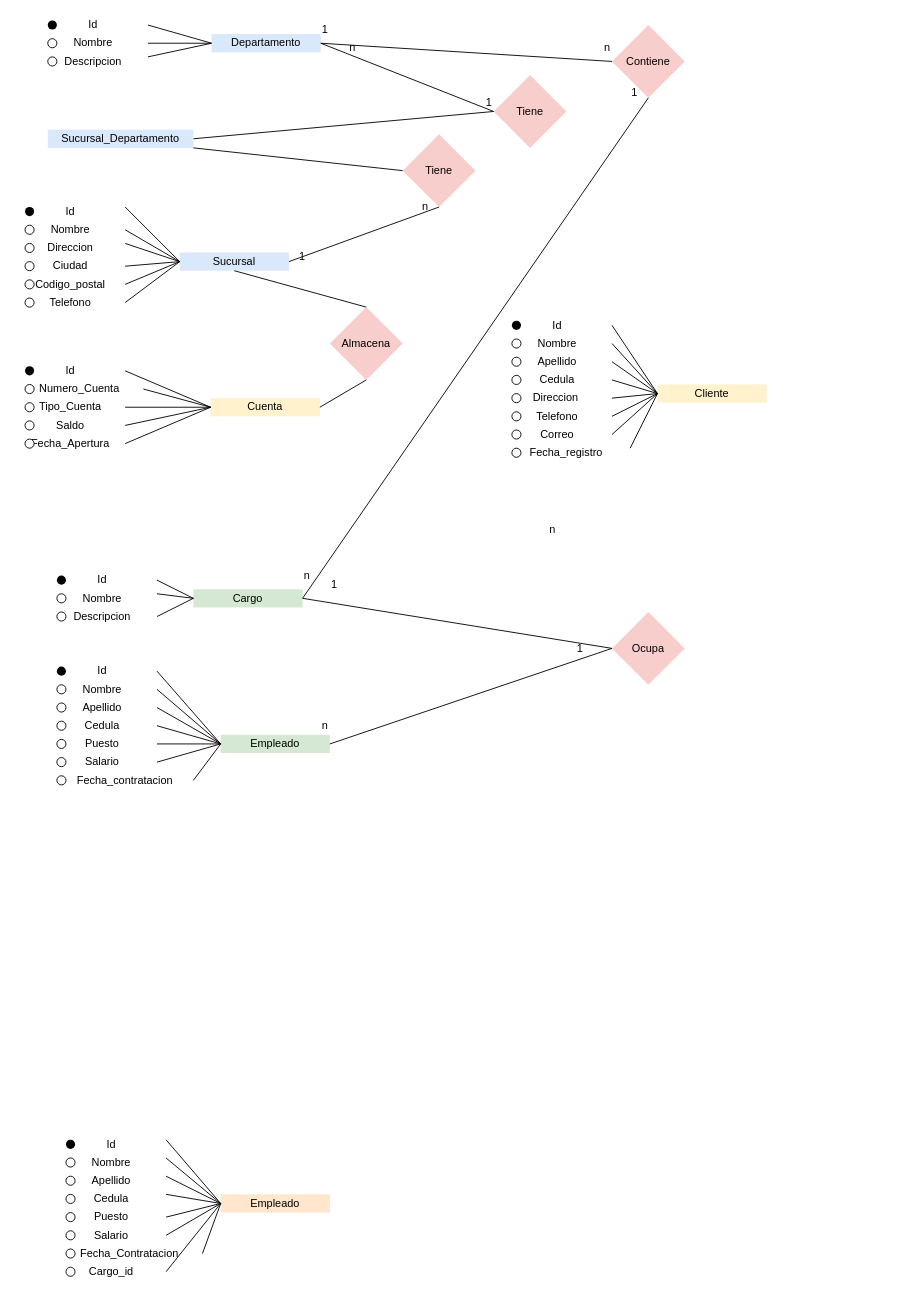
Nico1091/Bases-de-datos keeps this draw.io diagram as Diagrama sin título.drawio. Above is the earlier version. Source tidied: cells renumbered, new cells numbered last; positions are measured from the earlier drawing's top-left corner, leaving out a move shared by most shapes. Both pictures are drawn from the tidied source at 91%, with x=0, y=0 at pixel (15, 15).
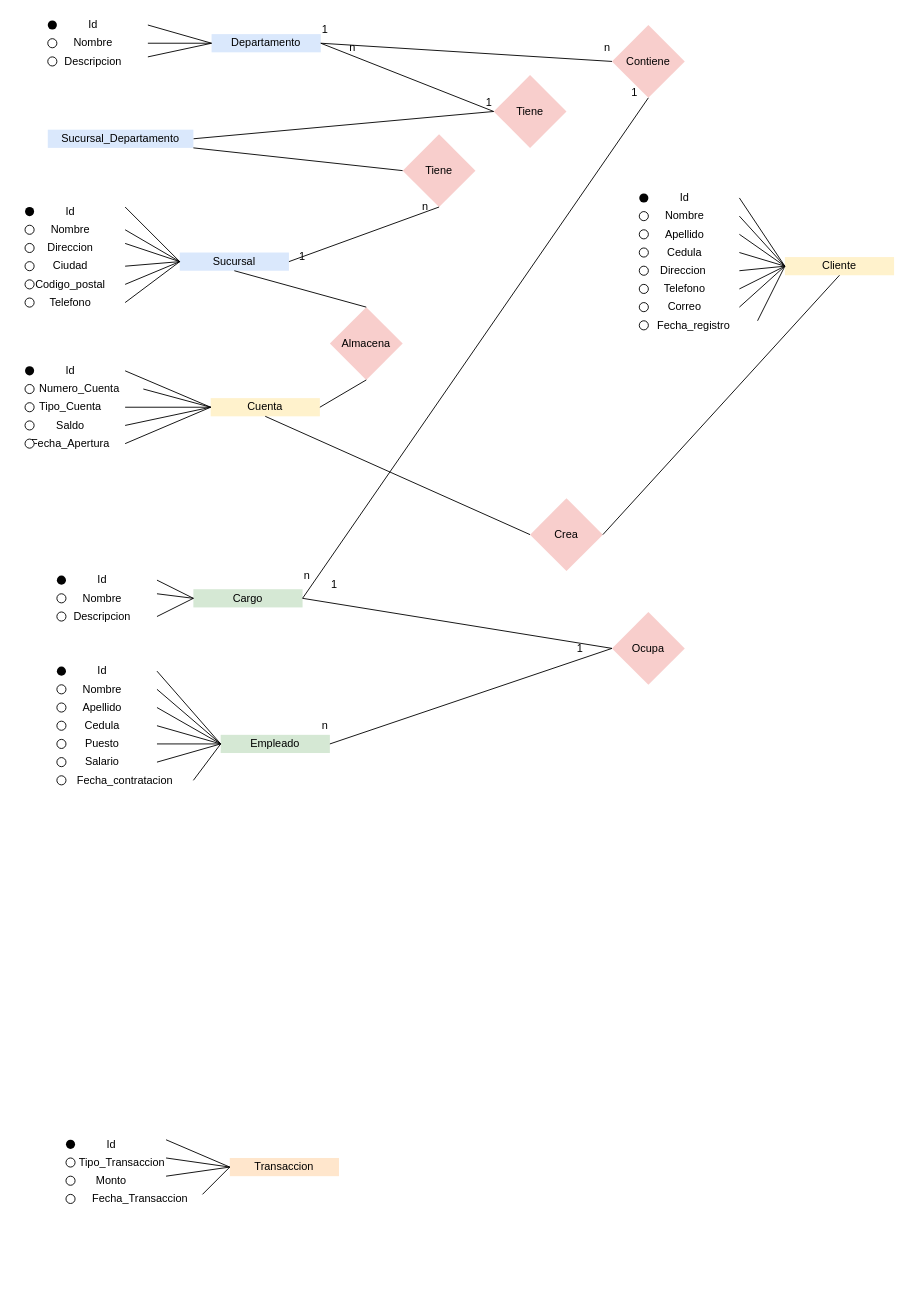
The same diagram, later.

The change refers to these unchanged cells:
```xml
<mxCell id="81" value="Cuenta" style="rounded=0;whiteSpace=wrap;html=1;strokeColor=none;fillColor=#fff2cc;" parent="1" vertex="1">
  <mxGeometry x="214" y="420" width="120" height="20" as="geometry" />
</mxCell>
```

Diff of the diagram source:
```diff
@@
     <mxCell id="57" value="Id" style="rounded=0;whiteSpace=wrap;html=1;strokeColor=none;fillColor=none;" parent="1" vertex="1">
-      <mxGeometry x="535" y="330" width="120" height="20" as="geometry" />
+      <mxGeometry x="675" y="190" width="120" height="20" as="geometry" />
     </mxCell>
     <mxCell id="58" style="ellipse;whiteSpace=wrap;html=1;fillColor=#030303;strokeColor=none;" parent="1" vertex="1">
-      <mxGeometry x="545" y="335" width="10" height="10" as="geometry" />
+      <mxGeometry x="685" y="195" width="10" height="10" as="geometry" />
     </mxCell>
     <mxCell id="59" value="Nombre" style="rounded=0;whiteSpace=wrap;html=1;strokeColor=none;fillColor=none;" parent="1" vertex="1">
-      <mxGeometry x="535" y="350" width="120" height="20" as="geometry" />
+      <mxGeometry x="675" y="210" width="120" height="20" as="geometry" />
     </mxCell>
     <mxCell id="60" value="Apellido" style="rounded=0;whiteSpace=wrap;html=1;strokeColor=none;fillColor=none;" parent="1" vertex="1">
-      <mxGeometry x="535" y="370" width="120" height="20" as="geometry" />
+      <mxGeometry x="675" y="230" width="120" height="20" as="geometry" />
     </mxCell>
     <mxCell id="61" value="Cedula" style="rounded=0;whiteSpace=wrap;html=1;strokeColor=none;fillColor=none;" parent="1" vertex="1">
-      <mxGeometry x="535" y="390" width="120" height="20" as="geometry" />
+      <mxGeometry x="675" y="250" width="120" height="20" as="geometry" />
     </mxCell>
     <mxCell id="62" value="Direccion&amp;nbsp;" style="rounded=0;whiteSpace=wrap;html=1;strokeColor=none;fillColor=none;" parent="1" vertex="1">
-      <mxGeometry x="535" y="410" width="120" height="20" as="geometry" />
+      <mxGeometry x="675" y="270" width="120" height="20" as="geometry" />
     </mxCell>
     <mxCell id="63" value="Telefono" style="rounded=0;whiteSpace=wrap;html=1;strokeColor=none;fillColor=none;" parent="1" vertex="1">
-      <mxGeometry x="535" y="430" width="120" height="20" as="geometry" />
+      <mxGeometry x="675" y="290" width="120" height="20" as="geometry" />
     </mxCell>
     <mxCell id="64" value="Correo" style="rounded=0;whiteSpace=wrap;html=1;strokeColor=none;fillColor=none;" parent="1" vertex="1">
-      <mxGeometry x="535" y="450" width="120" height="20" as="geometry" />
+      <mxGeometry x="675" y="310" width="120" height="20" as="geometry" />
     </mxCell>
     <mxCell id="65" value="Fecha_registro" style="rounded=0;whiteSpace=wrap;html=1;strokeColor=none;fillColor=none;" parent="1" vertex="1">
-      <mxGeometry x="535" y="470" width="140" height="20" as="geometry" />
+      <mxGeometry x="675" y="330" width="140" height="20" as="geometry" />
     </mxCell>
     <mxCell id="66" value="Cliente" style="rounded=0;whiteSpace=wrap;html=1;strokeColor=none;fillColor=#fff2cc;" parent="1" vertex="1">
-      <mxGeometry x="705" y="405" width="120" height="20" as="geometry" />
+      <mxGeometry x="845" y="265" width="120" height="20" as="geometry" />
     </mxCell>
@@
-    <mxCell id="101" value="n" style="rounded=0;whiteSpace=wrap;html=1;strokeColor=none;fillColor=none;" parent="1" vertex="1">
-      <mxGeometry x="585" y="560" width="10" height="10" as="geometry" />
-    </mxCell>
@@
     <mxCell id="103" style="ellipse;whiteSpace=wrap;html=1;" parent="1" vertex="1">
-      <mxGeometry x="545" y="355" width="10" height="10" as="geometry" />
+      <mxGeometry x="685" y="215" width="10" height="10" as="geometry" />
     </mxCell>
     <mxCell id="104" style="ellipse;whiteSpace=wrap;html=1;" parent="1" vertex="1">
-      <mxGeometry x="545" y="375" width="10" height="10" as="geometry" />
+      <mxGeometry x="685" y="235" width="10" height="10" as="geometry" />
     </mxCell>
@@
     <mxCell id="116" style="ellipse;whiteSpace=wrap;html=1;" parent="1" vertex="1">
-      <mxGeometry x="545" y="395" width="10" height="10" as="geometry" />
+      <mxGeometry x="685" y="255" width="10" height="10" as="geometry" />
     </mxCell>
     <mxCell id="117" style="ellipse;whiteSpace=wrap;html=1;" parent="1" vertex="1">
-      <mxGeometry x="545" y="415" width="10" height="10" as="geometry" />
+      <mxGeometry x="685" y="275" width="10" height="10" as="geometry" />
     </mxCell>
     <mxCell id="118" style="ellipse;whiteSpace=wrap;html=1;" parent="1" vertex="1">
-      <mxGeometry x="545" y="435" width="10" height="10" as="geometry" />
+      <mxGeometry x="685" y="295" width="10" height="10" as="geometry" />
     </mxCell>
     <mxCell id="119" style="ellipse;whiteSpace=wrap;html=1;" parent="1" vertex="1">
-      <mxGeometry x="545" y="455" width="10" height="10" as="geometry" />
+      <mxGeometry x="685" y="315" width="10" height="10" as="geometry" />
     </mxCell>
     <mxCell id="120" style="ellipse;whiteSpace=wrap;html=1;" parent="1" vertex="1">
-      <mxGeometry x="545" y="475" width="10" height="10" as="geometry" />
+      <mxGeometry x="685" y="335" width="10" height="10" as="geometry" />
     </mxCell>
@@
-    <mxCell id="130" value="Nombre" style="rounded=0;whiteSpace=wrap;html=1;strokeColor=none;" parent="1" vertex="1">
+    <mxCell id="130" value="&amp;nbsp; &amp;nbsp; &amp;nbsp; &amp;nbsp;Tipo_Transaccion" style="rounded=0;whiteSpace=wrap;html=1;strokeColor=none;" parent="1" vertex="1">
       <mxGeometry x="45" y="1250" width="120" height="20" as="geometry" />
     </mxCell>
-    <mxCell id="131" value="Apellido" style="rounded=0;whiteSpace=wrap;html=1;strokeColor=none;fillColor=none;" parent="1" vertex="1">
+    <mxCell id="131" value="Monto" style="rounded=0;whiteSpace=wrap;html=1;strokeColor=none;fillColor=none;" parent="1" vertex="1">
       <mxGeometry x="45" y="1270" width="120" height="20" as="geometry" />
     </mxCell>
-    <mxCell id="132" value="Cedula" style="rounded=0;whiteSpace=wrap;html=1;strokeColor=none;fillColor=none;" parent="1" vertex="1">
-      <mxGeometry x="45" y="1290" width="120" height="20" as="geometry" />
+    <mxCell id="132" value="&amp;nbsp; &amp;nbsp; &amp;nbsp; &amp;nbsp;Fecha_Transaccion" style="rounded=0;whiteSpace=wrap;html=1;strokeColor=none;fillColor=none;" parent="1" vertex="1">
+      <mxGeometry x="45" y="1290" width="160" height="20" as="geometry" />
     </mxCell>
-    <mxCell id="133" value="Puesto" style="rounded=0;whiteSpace=wrap;html=1;strokeColor=none;fillColor=none;" parent="1" vertex="1">
-      <mxGeometry x="45" y="1310" width="120" height="20" as="geometry" />
-    </mxCell>
-    <mxCell id="134" value="Salario" style="rounded=0;whiteSpace=wrap;html=1;strokeColor=none;fillColor=none;" parent="1" vertex="1">
-      <mxGeometry x="45" y="1330" width="120" height="20" as="geometry" />
-    </mxCell>
-    <mxCell id="135" value="Fecha_Contratacion" style="rounded=0;whiteSpace=wrap;html=1;strokeColor=none;fillColor=none;" parent="1" vertex="1">
-      <mxGeometry x="45" y="1350" width="160" height="20" as="geometry" />
-    </mxCell>
-    <mxCell id="136" value="Cargo_id" style="rounded=0;whiteSpace=wrap;html=1;strokeColor=none;fillColor=none;" parent="1" vertex="1">
-      <mxGeometry x="45" y="1370" width="120" height="20" as="geometry" />
-    </mxCell>
-    <mxCell id="137" value="Empleado" style="rounded=0;whiteSpace=wrap;html=1;strokeColor=none;fillColor=#ffe6cc;" parent="1" vertex="1">
-      <mxGeometry x="225" y="1295" width="120" height="20" as="geometry" />
+    <mxCell id="137" value="Transaccion" style="rounded=0;whiteSpace=wrap;html=1;strokeColor=none;fillColor=#ffe6cc;" parent="1" vertex="1">
+      <mxGeometry x="235" y="1255" width="120" height="20" as="geometry" />
     </mxCell>
@@
-    <mxCell id="142" style="ellipse;whiteSpace=wrap;html=1;fillColor=none;" parent="1" vertex="1">
-      <mxGeometry x="55" y="1315" width="10" height="10" as="geometry" />
-    </mxCell>
-    <mxCell id="143" style="ellipse;whiteSpace=wrap;html=1;fillColor=none;" parent="1" vertex="1">
-      <mxGeometry x="55" y="1335" width="10" height="10" as="geometry" />
-    </mxCell>
-    <mxCell id="144" style="ellipse;whiteSpace=wrap;html=1;fillColor=none;" parent="1" vertex="1">
-      <mxGeometry x="55" y="1355" width="10" height="10" as="geometry" />
-    </mxCell>
-    <mxCell id="145" style="ellipse;whiteSpace=wrap;html=1;fillColor=none;" parent="1" vertex="1">
-      <mxGeometry x="55" y="1375" width="10" height="10" as="geometry" />
-    </mxCell>
@@
-    <mxCell id="150" style="endArrow=none;html=1;rounded=0;exitX=0;exitY=0.5;exitDx=0;exitDy=0;entryX=1;entryY=0.5;entryDx=0;entryDy=0;" parent="1" edge="1" source="137" target="133">
-      <mxGeometry relative="1" as="geometry" />
-    </mxCell>
-    <mxCell id="151" style="endArrow=none;html=1;rounded=0;exitX=0;exitY=0.5;exitDx=0;exitDy=0;entryX=1;entryY=0.5;entryDx=0;entryDy=0;" parent="1" edge="1" source="137" target="134">
-      <mxGeometry relative="1" as="geometry" />
-    </mxCell>
-    <mxCell id="152" style="endArrow=none;html=1;rounded=0;entryX=0;entryY=0.5;entryDx=0;entryDy=0;exitX=1;exitY=0.5;exitDx=0;exitDy=0;" parent="1" edge="1" source="135" target="137">
-      <mxGeometry relative="1" as="geometry" />
-    </mxCell>
-    <mxCell id="153" style="endArrow=none;html=1;rounded=0;exitX=1;exitY=0.5;exitDx=0;exitDy=0;entryX=0;entryY=0.5;entryDx=0;entryDy=0;" parent="1" edge="1" source="136" target="137">
-      <mxGeometry relative="1" as="geometry" />
-    </mxCell>
@@
+    <mxCell id="157" value="Crea" style="rhombus;whiteSpace=wrap;html=1;fillColor=#f8cecc;strokeColor=none;" parent="1" vertex="1">
+      <mxGeometry x="565" y="530" width="80" height="80" as="geometry" />
+    </mxCell>
+    <mxCell id="158" style="endArrow=none;html=1;rounded=0;entryX=0.5;entryY=1;entryDx=0;entryDy=0;exitX=1;exitY=0.5;exitDx=0;exitDy=0;" parent="1" edge="1" source="157" target="66">
+      <mxGeometry relative="1" as="geometry" />
+    </mxCell>
+    <mxCell id="159" style="endArrow=none;html=1;rounded=0;exitX=0;exitY=0.5;exitDx=0;exitDy=0;entryX=0.5;entryY=1;entryDx=0;entryDy=0;" parent="1" edge="1" source="157" target="81">
+      <mxGeometry relative="1" as="geometry" />
+    </mxCell>
```
